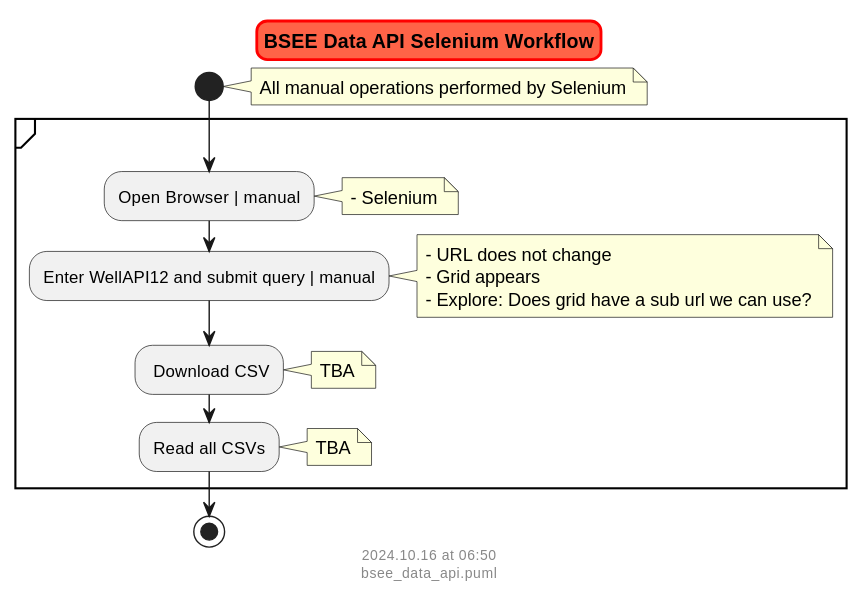
vamseeachanta/worldenergydata keeps this PlantUML diagram as docs/bsee_data_api.svg. Above is the earlier version.
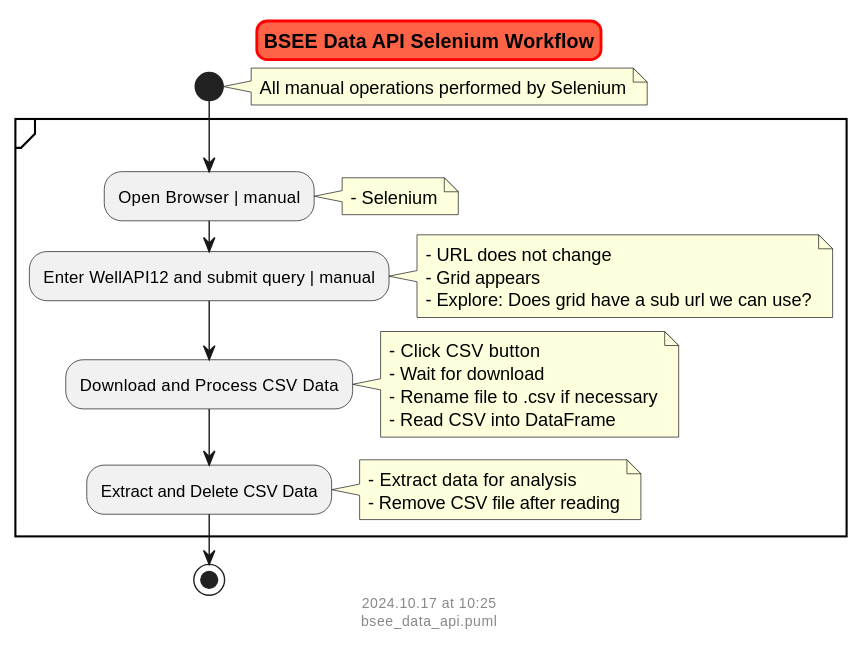
After the commit.

What changed in the source:
```diff
@@ -27,14 +27,18 @@
                 - Explore: Does grid have a sub url we can use?
             end note
 
-        : Download CSV;
+        :Download and Process CSV Data;
             note right
-            TBA
+             - Click CSV button
+             - Wait for download
+             - Rename file to .csv if necessary
+             - Read CSV into DataFrame
             end note
 
-        :Read all CSVs;
+        :Extract and Delete CSV Data;
             note right
-            TBA
+            - Extract data for analysis
+            - Remove CSV file after reading
             end note
 
 
```
